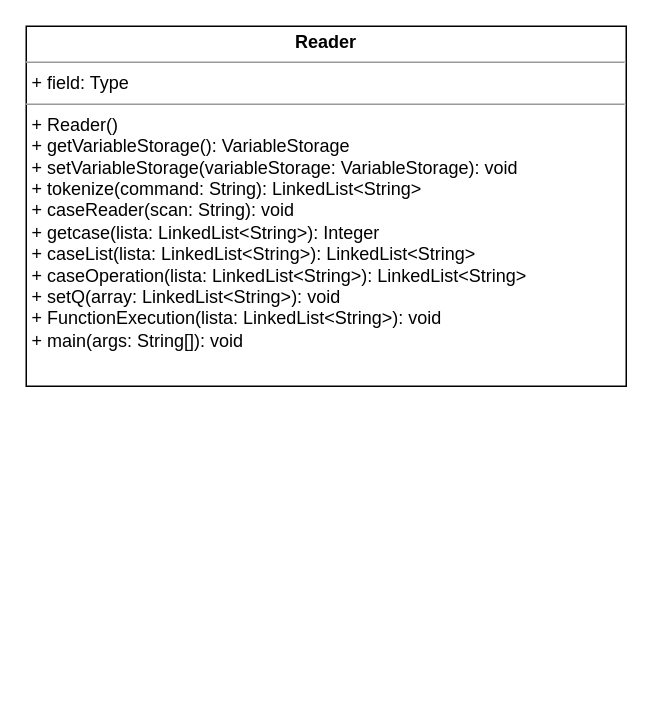
Before: Proyecto1/Fases/Fase2/Class Diagram.drawio in DiggsPapu/Proyect1_Lisp_Interpreter, a draw.io diagram. Source tidied: cells renumbered, new cells numbered last; positions are measured from the earlier drawing's top-left corner, leaving out a move shared by most shapes. Both pictures are drawn from the tidied source at 150%, with x=0, y=0 at pixel (26, 26).
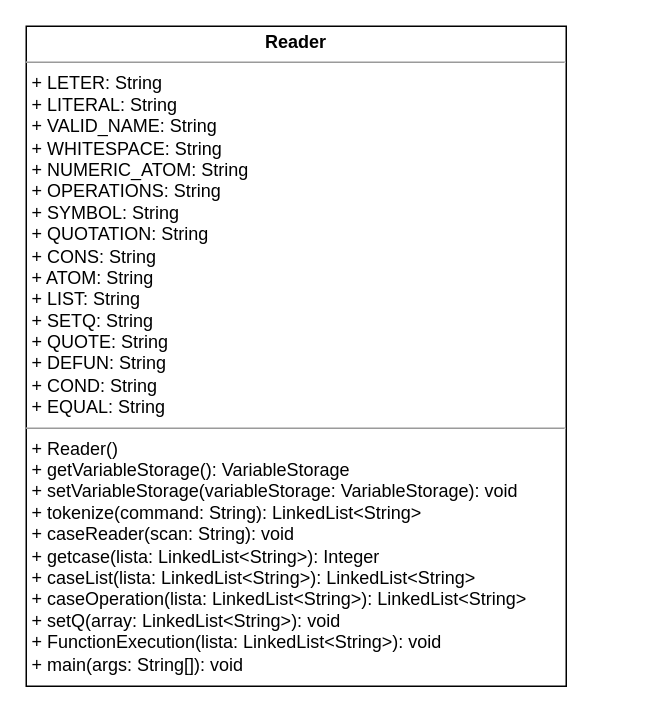
After the change.

The edit, as a diff of the source:
```diff
@@
 <mxGraphModel>
   <root>
     <mxCell id="0" />
     <mxCell id="1" parent="0" />
-    <mxCell id="2" value="&lt;p style=&quot;margin: 0px ; margin-top: 4px ; text-align: center&quot;&gt;&lt;b&gt;Reader&lt;/b&gt;&lt;/p&gt;&lt;hr size=&quot;1&quot;&gt;&lt;p style=&quot;margin: 0px ; margin-left: 4px&quot;&gt;+ field: Type&lt;/p&gt;&lt;hr size=&quot;1&quot;&gt;&lt;p style=&quot;margin: 0px ; margin-left: 4px&quot;&gt;+ Reader()&lt;br&gt;&lt;/p&gt;&lt;p style=&quot;margin: 0px ; margin-left: 4px&quot;&gt;+ getVariableStorage(): VariableStorage&lt;/p&gt;&lt;p style=&quot;margin: 0px ; margin-left: 4px&quot;&gt;+&amp;nbsp;setVariableStorage(variableStorage: VariableStorage): void&lt;/p&gt;&lt;p style=&quot;margin: 0px ; margin-left: 4px&quot;&gt;+ tokenize(command: String): LinkedList&amp;lt;String&amp;gt;&lt;/p&gt;&lt;p style=&quot;margin: 0px ; margin-left: 4px&quot;&gt;+ caseReader(scan: String): void&lt;/p&gt;&lt;p style=&quot;margin: 0px ; margin-left: 4px&quot;&gt;+ getcase(lista: LinkedList&amp;lt;String&amp;gt;): Integer&lt;/p&gt;&lt;p style=&quot;margin: 0px ; margin-left: 4px&quot;&gt;+ caseList(lista: LinkedList&amp;lt;String&amp;gt;): LinkedList&amp;lt;String&amp;gt;&lt;/p&gt;&lt;p style=&quot;margin: 0px ; margin-left: 4px&quot;&gt;+ caseOperation(lista: LinkedList&amp;lt;String&amp;gt;): LinkedList&amp;lt;String&amp;gt;&lt;/p&gt;&lt;p style=&quot;margin: 0px ; margin-left: 4px&quot;&gt;+ setQ(array: LinkedList&amp;lt;String&amp;gt;): void&lt;/p&gt;&lt;p style=&quot;margin: 0px ; margin-left: 4px&quot;&gt;+ FunctionExecution(lista: LinkedList&amp;lt;String&amp;gt;): void&lt;/p&gt;&lt;p style=&quot;margin: 0px ; margin-left: 4px&quot;&gt;+ main(args: String[]): void&lt;/p&gt;" style="verticalAlign=top;align=left;overflow=fill;fontSize=12;fontFamily=Helvetica;html=1;" parent="1" vertex="1">
-      <mxGeometry width="400" height="240" as="geometry" />
+    <mxCell id="2" value="&lt;p style=&quot;margin: 0px ; margin-top: 4px ; text-align: center&quot;&gt;&lt;b&gt;Reader&lt;/b&gt;&lt;/p&gt;&lt;hr size=&quot;1&quot;&gt;&lt;p style=&quot;margin: 0px ; margin-left: 4px&quot;&gt;+ LETER: String&lt;/p&gt;&lt;p style=&quot;margin: 0px ; margin-left: 4px&quot;&gt;+ LITERAL: String&lt;br&gt;&lt;/p&gt;&lt;p style=&quot;margin: 0px ; margin-left: 4px&quot;&gt;+ VALID_NAME: String&lt;br&gt;&lt;/p&gt;&lt;p style=&quot;margin: 0px ; margin-left: 4px&quot;&gt;+ WHITESPACE: String&lt;br&gt;&lt;/p&gt;&lt;p style=&quot;margin: 0px ; margin-left: 4px&quot;&gt;+ NUMERIC_ATOM: String&lt;br&gt;&lt;/p&gt;&lt;p style=&quot;margin: 0px ; margin-left: 4px&quot;&gt;+ OPERATIONS: String&lt;br&gt;&lt;/p&gt;&lt;p style=&quot;margin: 0px ; margin-left: 4px&quot;&gt;+ SYMBOL: String&lt;br&gt;&lt;/p&gt;&lt;p style=&quot;margin: 0px ; margin-left: 4px&quot;&gt;+ QUOTATION: String&lt;br&gt;&lt;/p&gt;&lt;p style=&quot;margin: 0px ; margin-left: 4px&quot;&gt;+ CONS: String&lt;br&gt;&lt;/p&gt;&lt;p style=&quot;margin: 0px ; margin-left: 4px&quot;&gt;+ ATOM: String&lt;br&gt;&lt;/p&gt;&lt;p style=&quot;margin: 0px ; margin-left: 4px&quot;&gt;+ LIST: String&lt;br&gt;&lt;/p&gt;&lt;p style=&quot;margin: 0px ; margin-left: 4px&quot;&gt;+ SETQ: String&lt;br&gt;&lt;/p&gt;&lt;p style=&quot;margin: 0px ; margin-left: 4px&quot;&gt;+ QUOTE: String&lt;br&gt;&lt;/p&gt;&lt;p style=&quot;margin: 0px ; margin-left: 4px&quot;&gt;+ DEFUN: String&lt;br&gt;&lt;/p&gt;&lt;p style=&quot;margin: 0px ; margin-left: 4px&quot;&gt;+ COND: String&lt;br&gt;&lt;/p&gt;&lt;p style=&quot;margin: 0px ; margin-left: 4px&quot;&gt;+ EQUAL: String&lt;br&gt;&lt;/p&gt;&lt;hr size=&quot;1&quot;&gt;&lt;p style=&quot;margin: 0px ; margin-left: 4px&quot;&gt;+ Reader()&lt;br&gt;&lt;/p&gt;&lt;p style=&quot;margin: 0px ; margin-left: 4px&quot;&gt;+ getVariableStorage(): VariableStorage&lt;/p&gt;&lt;p style=&quot;margin: 0px ; margin-left: 4px&quot;&gt;+&amp;nbsp;setVariableStorage(variableStorage: VariableStorage): void&lt;/p&gt;&lt;p style=&quot;margin: 0px ; margin-left: 4px&quot;&gt;+ tokenize(command: String): LinkedList&amp;lt;String&amp;gt;&lt;/p&gt;&lt;p style=&quot;margin: 0px ; margin-left: 4px&quot;&gt;+ caseReader(scan: String): void&lt;/p&gt;&lt;p style=&quot;margin: 0px ; margin-left: 4px&quot;&gt;+ getcase(lista: LinkedList&amp;lt;String&amp;gt;): Integer&lt;/p&gt;&lt;p style=&quot;margin: 0px ; margin-left: 4px&quot;&gt;+ caseList(lista: LinkedList&amp;lt;String&amp;gt;): LinkedList&amp;lt;String&amp;gt;&lt;/p&gt;&lt;p style=&quot;margin: 0px ; margin-left: 4px&quot;&gt;+ caseOperation(lista: LinkedList&amp;lt;String&amp;gt;): LinkedList&amp;lt;String&amp;gt;&lt;/p&gt;&lt;p style=&quot;margin: 0px ; margin-left: 4px&quot;&gt;+ setQ(array: LinkedList&amp;lt;String&amp;gt;): void&lt;/p&gt;&lt;p style=&quot;margin: 0px ; margin-left: 4px&quot;&gt;+ FunctionExecution(lista: LinkedList&amp;lt;String&amp;gt;): void&lt;/p&gt;&lt;p style=&quot;margin: 0px ; margin-left: 4px&quot;&gt;+ main(args: String[]): void&lt;/p&gt;" style="verticalAlign=top;align=left;overflow=fill;fontSize=12;fontFamily=Helvetica;html=1;" parent="1" vertex="1">
+      <mxGeometry width="360" height="440" as="geometry" />
     </mxCell>
   </root>
 </mxGraphModel>
```
